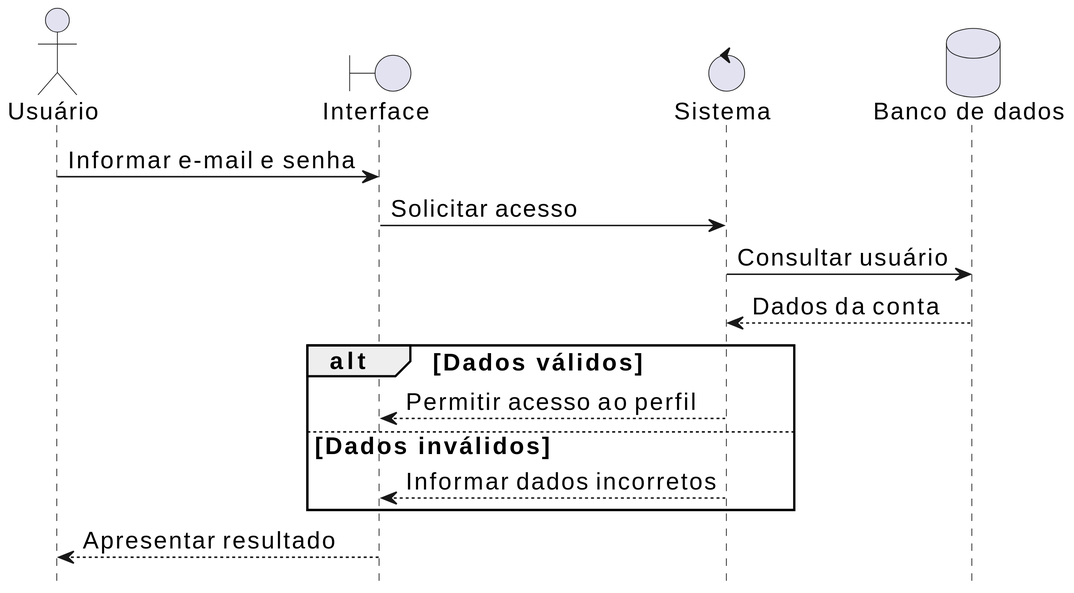
Lfijho/chamadosLES keeps this PlantUML diagram as docs/diagrams/entrega-login.svg. Above is the earlier version.
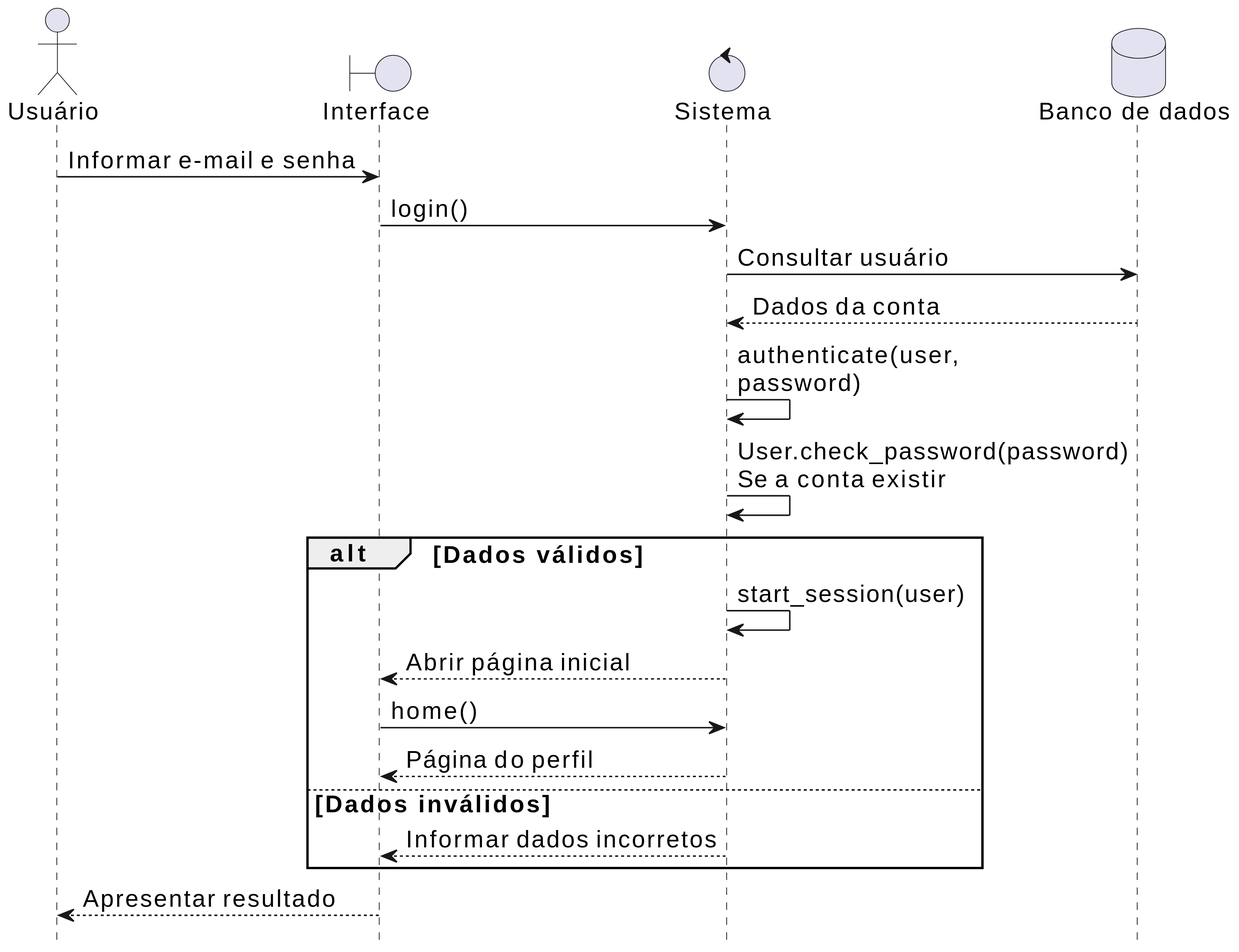
Later version of the same file.

Diff of the diagram source:
```diff
@@ -12,11 +12,16 @@
 control "Sistema" as S
 database "Banco de dados" as B
 U -> I : Informar e-mail e senha
-I -> S : Solicitar acesso
+I -> S : login()
 S -> B : Consultar usuário
 B --> S : Dados da conta
+S -> S : authenticate(user, password)
+S -> S : User.check_password(password)\nSe a conta existir
 alt Dados válidos
-  S --> I : Permitir acesso ao perfil
+  S -> S : start_session(user)
+  S --> I : Abrir página inicial
+  I -> S : home()
+  S --> I : Página do perfil
 else Dados inválidos
   S --> I : Informar dados incorretos
 end
```
